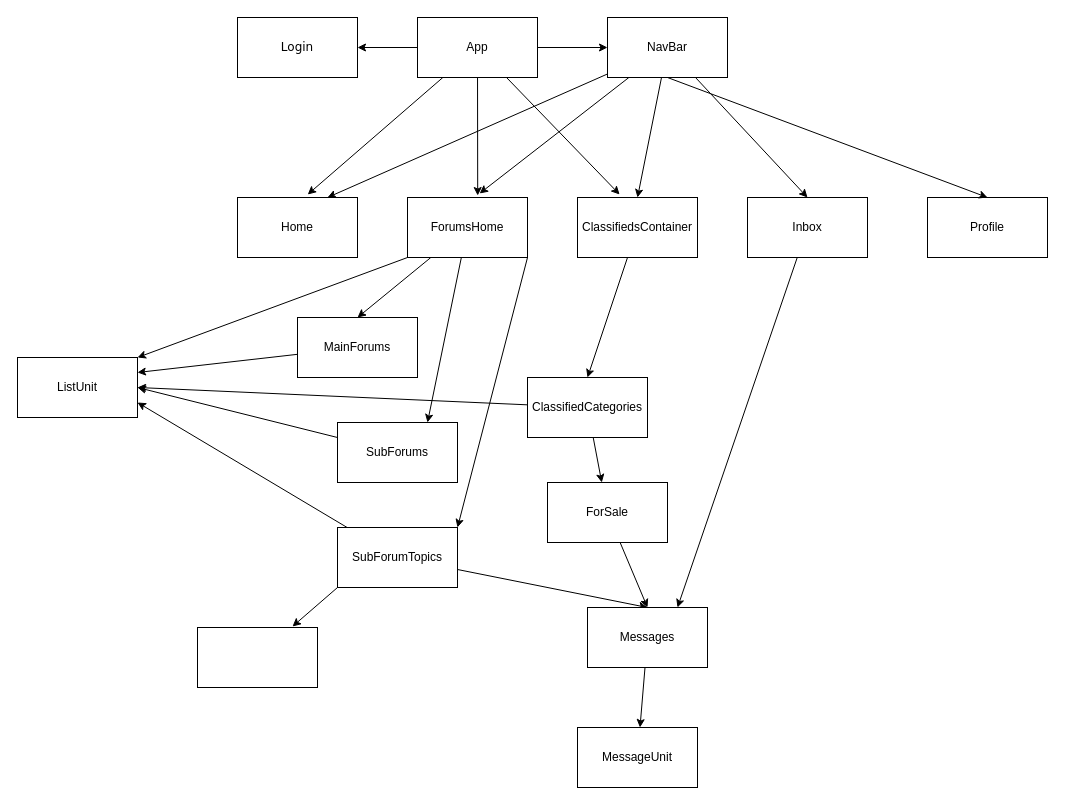
This is client/wireframe.drawio from stringtheory92/CAPSTONE, a draw.io file, before an edit. Source tidied: cells renumbered, new cells numbered last; positions are measured from the earlier drawing's top-left corner, leaving out a move shared by most shapes. Both pictures are drawn from the tidied source at 100%, with x=0, y=0 at pixel (17, 17).
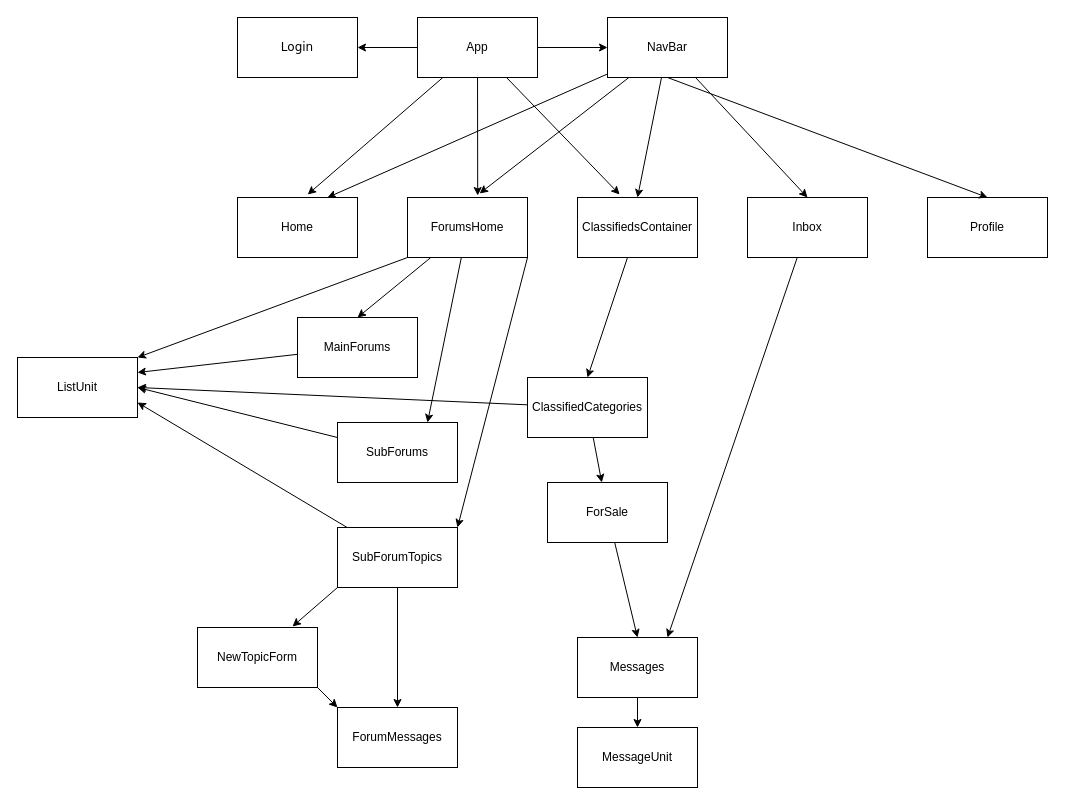
The same page after the edit.

Commit message (it also covers changes not shown here):
fixed async creation issue in newTopicForm

The change refers to these unchanged cells:
```xml
<mxCell id="31" value="SubForumTopics" style="rounded=0;whiteSpace=wrap;html=1;" parent="1" vertex="1">
  <mxGeometry x="320" y="510" width="120" height="60" as="geometry" />
</mxCell>
```

Diff of the diagram source:
```diff
@@
-    <mxCell id="28" style="edgeStyle=none;html=1;entryX=0.5;entryY=0;entryDx=0;entryDy=0;fontFamily=Verdana;" parent="1" edge="1" source="31" target="33">
-      <mxGeometry relative="1" as="geometry" />
-    </mxCell>
@@
+    <mxCell id="44" style="edgeStyle=none;html=1;entryX=0.5;entryY=0;entryDx=0;entryDy=0;" parent="1" edge="1" source="31" target="46">
+      <mxGeometry relative="1" as="geometry" />
+    </mxCell>
@@
     <mxCell id="33" value="Messages" style="rounded=0;whiteSpace=wrap;html=1;" parent="1" vertex="1">
-      <mxGeometry x="570" y="590" width="120" height="60" as="geometry" />
+      <mxGeometry x="560" y="620" width="120" height="60" as="geometry" />
     </mxCell>
@@
+    <mxCell id="45" style="edgeStyle=none;html=1;exitX=1;exitY=1;exitDx=0;exitDy=0;entryX=0;entryY=0;entryDx=0;entryDy=0;" parent="1" edge="1" source="43" target="46">
+      <mxGeometry relative="1" as="geometry" />
+    </mxCell>
-    <mxCell id="43" style="rounded=0;whiteSpace=wrap;html=1;" parent="1" vertex="1">
+    <mxCell id="43" value="NewTopicForm" style="rounded=0;whiteSpace=wrap;html=1;" parent="1" vertex="1">
       <mxGeometry x="180" y="610" width="120" height="60" as="geometry" />
     </mxCell>
+    <mxCell id="46" value="ForumMessages" style="rounded=0;whiteSpace=wrap;html=1;" parent="1" vertex="1">
+      <mxGeometry x="320" y="690" width="120" height="60" as="geometry" />
+    </mxCell>
```
